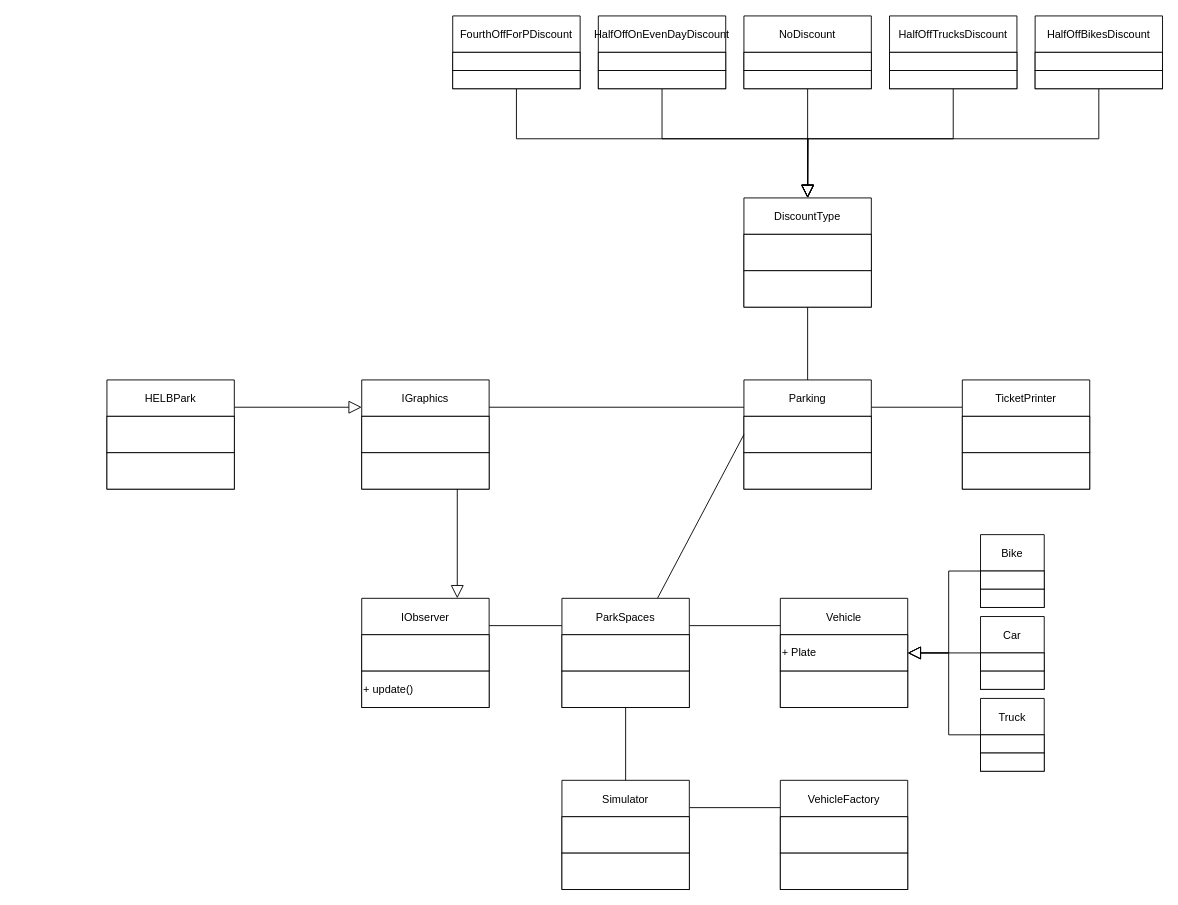
Above: Analyse II/DiagrammeDeClasses.drawio in JessyEstTropCool/HELBPark (draw.io), before the change. Source tidied: cells renumbered, new cells numbered last; positions are measured from the earlier drawing's top-left corner, leaving out a move shared by most shapes. Both pictures are drawn from the tidied source at 91%, with x=0, y=0 at pixel (106, 15).
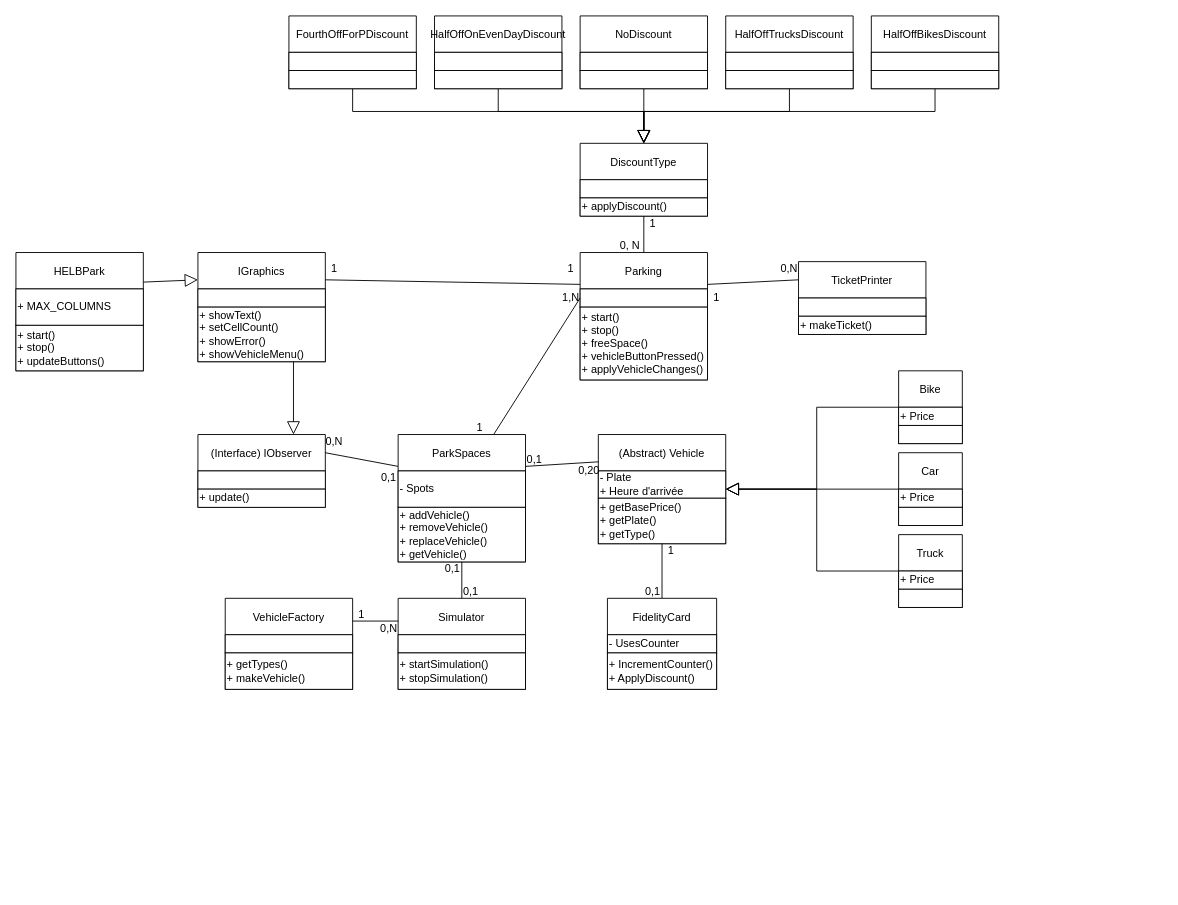
Above is the later version.

Change to the diagram source:
```diff
@@
     <mxCell id="2" value="DiscountType" style="swimlane;fontStyle=0;horizontal=1;startSize=40;" parent="1" vertex="1">
-      <mxGeometry x="700" y="200" width="140" height="120" as="geometry" />
+      <mxGeometry x="520" y="140" width="140" height="80" as="geometry" />
     </mxCell>
     <mxCell id="3" style="rounded=0;whiteSpace=wrap;html=1;align=left;" parent="2" vertex="1">
-      <mxGeometry y="40" width="140" height="40" as="geometry" />
+      <mxGeometry y="40" width="140" height="20" as="geometry" />
     </mxCell>
-    <mxCell id="4" style="rounded=0;whiteSpace=wrap;html=1;align=left;" parent="2" vertex="1">
-      <mxGeometry y="80" width="140" height="40" as="geometry" />
+    <mxCell id="4" value="+ applyDiscount()" style="rounded=0;whiteSpace=wrap;html=1;align=left;" parent="2" vertex="1">
+      <mxGeometry y="60" width="140" height="20" as="geometry" />
     </mxCell>
-    <mxCell id="5" value="Vehicle" style="swimlane;fontStyle=0;horizontal=1;startSize=40;" parent="1" vertex="1">
-      <mxGeometry x="740" y="640" width="140" height="120" as="geometry" />
+    <mxCell id="5" value="(Abstract) Vehicle" style="swimlane;fontStyle=0;horizontal=1;startSize=40;" parent="1" vertex="1">
+      <mxGeometry x="540" y="460" width="140" height="120" as="geometry" />
     </mxCell>
-    <mxCell id="6" value="+ Plate" style="rounded=0;whiteSpace=wrap;html=1;align=left;" parent="5" vertex="1">
-      <mxGeometry y="40" width="140" height="40" as="geometry" />
+    <mxCell id="6" value="- Plate&lt;br&gt;+ Heure d'arrivée" style="rounded=0;whiteSpace=wrap;html=1;align=left;" parent="5" vertex="1">
+      <mxGeometry y="40" width="140" height="30" as="geometry" />
     </mxCell>
-    <mxCell id="7" style="rounded=0;whiteSpace=wrap;html=1;align=left;" parent="5" vertex="1">
-      <mxGeometry y="80" width="140" height="40" as="geometry" />
+    <mxCell id="7" value="+ getBasePrice()&lt;br&gt;+ getPlate()&lt;br&gt;+ getType()" style="rounded=0;whiteSpace=wrap;html=1;align=left;" parent="5" vertex="1">
+      <mxGeometry y="70" width="140" height="50" as="geometry" />
     </mxCell>
@@
     <mxCell id="9" value="HELBPark" style="swimlane;fontStyle=0;horizontal=1;startSize=40;" parent="1" vertex="1">
-      <mxGeometry y="400" width="140" height="120" as="geometry" />
+      <mxGeometry x="-100" y="260" width="140" height="130" as="geometry" />
     </mxCell>
-    <mxCell id="10" style="rounded=0;whiteSpace=wrap;html=1;align=left;" parent="9" vertex="1">
+    <mxCell id="10" value="+ MAX_COLUMNS" style="rounded=0;whiteSpace=wrap;html=1;align=left;" parent="9" vertex="1">
       <mxGeometry y="40" width="140" height="40" as="geometry" />
     </mxCell>
-    <mxCell id="11" style="rounded=0;whiteSpace=wrap;html=1;align=left;" parent="9" vertex="1">
-      <mxGeometry y="80" width="140" height="40" as="geometry" />
+    <mxCell id="11" value="+ start()&lt;br&gt;+ stop()&lt;br&gt;+ updateButtons()" style="rounded=0;whiteSpace=wrap;html=1;align=left;" parent="9" vertex="1">
+      <mxGeometry y="80" width="140" height="50" as="geometry" />
     </mxCell>
     <mxCell id="12" value="IGraphics" style="swimlane;fontStyle=0;horizontal=1;startSize=40;" parent="1" vertex="1">
-      <mxGeometry x="280" y="400" width="140" height="120" as="geometry" />
+      <mxGeometry x="100" y="260" width="140" height="120" as="geometry" />
     </mxCell>
     <mxCell id="13" style="rounded=0;whiteSpace=wrap;html=1;align=left;" parent="12" vertex="1">
-      <mxGeometry y="40" width="140" height="40" as="geometry" />
+      <mxGeometry y="40" width="140" height="20" as="geometry" />
     </mxCell>
-    <mxCell id="14" style="rounded=0;whiteSpace=wrap;html=1;align=left;" parent="12" vertex="1">
-      <mxGeometry y="80" width="140" height="40" as="geometry" />
+    <mxCell id="14" value="+ showText()&lt;br&gt;+ setCellCount()&lt;br&gt;+ showError()&lt;br&gt;+ showVehicleMenu()" style="rounded=0;whiteSpace=wrap;html=1;align=left;" parent="12" vertex="1">
+      <mxGeometry y="60" width="140" height="60" as="geometry" />
     </mxCell>
-    <mxCell id="15" value="IObserver" style="swimlane;fontStyle=0;horizontal=1;startSize=40;" parent="1" vertex="1">
-      <mxGeometry x="280" y="640" width="140" height="120" as="geometry" />
+    <mxCell id="15" value="(Interface) IObserver" style="swimlane;fontStyle=0;horizontal=1;startSize=40;" parent="1" vertex="1">
+      <mxGeometry x="100" y="460" width="140" height="80" as="geometry" />
     </mxCell>
     <mxCell id="16" style="rounded=0;whiteSpace=wrap;html=1;align=left;" parent="15" vertex="1">
-      <mxGeometry y="40" width="140" height="40" as="geometry" />
+      <mxGeometry y="40" width="140" height="20" as="geometry" />
     </mxCell>
     <mxCell id="17" value="+ update()" style="rounded=0;whiteSpace=wrap;html=1;align=left;" parent="15" vertex="1">
-      <mxGeometry y="80" width="140" height="40" as="geometry" />
+      <mxGeometry y="60" width="140" height="20" as="geometry" />
     </mxCell>
@@
     <mxCell id="21" value="Parking" style="swimlane;fontStyle=0;horizontal=1;startSize=40;" parent="1" vertex="1">
-      <mxGeometry x="700" y="400" width="140" height="120" as="geometry" />
+      <mxGeometry x="520" y="260" width="140" height="140" as="geometry" />
     </mxCell>
     <mxCell id="22" style="rounded=0;whiteSpace=wrap;html=1;align=left;" parent="21" vertex="1">
-      <mxGeometry y="40" width="140" height="40" as="geometry" />
+      <mxGeometry y="40" width="140" height="20" as="geometry" />
     </mxCell>
-    <mxCell id="23" style="rounded=0;whiteSpace=wrap;html=1;align=left;" parent="21" vertex="1">
-      <mxGeometry y="80" width="140" height="40" as="geometry" />
+    <mxCell id="23" value="+ start()&lt;br&gt;+ stop()&lt;br&gt;+ freeSpace()&lt;br&gt;+ vehicleButtonPressed()&lt;br&gt;+ applyVehicleChanges()" style="rounded=0;whiteSpace=wrap;html=1;align=left;" parent="21" vertex="1">
+      <mxGeometry y="60" width="140" height="80" as="geometry" />
     </mxCell>
@@
     <mxCell id="27" value="ParkSpaces" style="swimlane;fontStyle=0;horizontal=1;startSize=40;" parent="1" vertex="1">
-      <mxGeometry x="500" y="640" width="140" height="120" as="geometry" />
+      <mxGeometry x="320" y="460" width="140" height="140" as="geometry" />
     </mxCell>
-    <mxCell id="28" style="rounded=0;whiteSpace=wrap;html=1;align=left;" parent="27" vertex="1">
+    <mxCell id="28" value="- Spots" style="rounded=0;whiteSpace=wrap;html=1;align=left;" parent="27" vertex="1">
       <mxGeometry y="40" width="140" height="40" as="geometry" />
     </mxCell>
-    <mxCell id="29" style="rounded=0;whiteSpace=wrap;html=1;align=left;" parent="27" vertex="1">
-      <mxGeometry y="80" width="140" height="40" as="geometry" />
+    <mxCell id="29" value="+ addVehicle()&lt;br&gt;+ removeVehicle()&lt;br&gt;+ replaceVehicle()&lt;br&gt;+ getVehicle()" style="rounded=0;whiteSpace=wrap;html=1;align=left;" parent="27" vertex="1">
+      <mxGeometry y="80" width="140" height="60" as="geometry" />
     </mxCell>
@@
     <mxCell id="31" value="Simulator" style="swimlane;fontStyle=0;horizontal=1;startSize=40;" parent="1" vertex="1">
-      <mxGeometry x="500" y="840" width="140" height="120" as="geometry" />
+      <mxGeometry x="320" y="640" width="140" height="100" as="geometry" />
     </mxCell>
     <mxCell id="32" style="rounded=0;whiteSpace=wrap;html=1;align=left;" parent="31" vertex="1">
-      <mxGeometry y="40" width="140" height="40" as="geometry" />
+      <mxGeometry y="40" width="140" height="20" as="geometry" />
     </mxCell>
-    <mxCell id="33" style="rounded=0;whiteSpace=wrap;html=1;align=left;" parent="31" vertex="1">
-      <mxGeometry y="80" width="140" height="40" as="geometry" />
+    <mxCell id="33" value="+ startSimulation()&lt;br&gt;+ stopSimulation()" style="rounded=0;whiteSpace=wrap;html=1;align=left;" parent="31" vertex="1">
+      <mxGeometry y="60" width="140" height="40" as="geometry" />
     </mxCell>
     <mxCell id="34" value="TicketPrinter" style="swimlane;fontStyle=0;horizontal=1;startSize=40;" parent="1" vertex="1">
-      <mxGeometry x="940" y="400" width="140" height="120" as="geometry" />
+      <mxGeometry x="760" y="270" width="140" height="80" as="geometry" />
     </mxCell>
     <mxCell id="35" style="rounded=0;whiteSpace=wrap;html=1;align=left;" parent="34" vertex="1">
-      <mxGeometry y="40" width="140" height="40" as="geometry" />
+      <mxGeometry y="40" width="140" height="20" as="geometry" />
     </mxCell>
-    <mxCell id="36" style="rounded=0;whiteSpace=wrap;html=1;align=left;" parent="34" vertex="1">
-      <mxGeometry y="80" width="140" height="40" as="geometry" />
+    <mxCell id="36" value="+ makeTicket()" style="rounded=0;whiteSpace=wrap;html=1;align=left;" parent="34" vertex="1">
+      <mxGeometry y="60" width="140" height="20" as="geometry" />
     </mxCell>
     <mxCell id="37" value="VehicleFactory" style="swimlane;fontStyle=0;horizontal=1;startSize=40;" parent="1" vertex="1">
-      <mxGeometry x="740" y="840" width="140" height="120" as="geometry" />
+      <mxGeometry x="130" y="640" width="140" height="100" as="geometry" />
     </mxCell>
     <mxCell id="38" style="rounded=0;whiteSpace=wrap;html=1;align=left;" parent="37" vertex="1">
-      <mxGeometry y="40" width="140" height="40" as="geometry" />
+      <mxGeometry y="40" width="140" height="20" as="geometry" />
     </mxCell>
-    <mxCell id="39" style="rounded=0;whiteSpace=wrap;html=1;align=left;" parent="37" vertex="1">
-      <mxGeometry y="80" width="140" height="40" as="geometry" />
+    <mxCell id="39" value="+ getTypes()&lt;br&gt;+ makeVehicle()" style="rounded=0;whiteSpace=wrap;html=1;align=left;" parent="37" vertex="1">
+      <mxGeometry y="60" width="140" height="40" as="geometry" />
     </mxCell>
@@
     <mxCell id="43" value="NoDiscount" style="swimlane;fontStyle=0;horizontal=1;startSize=40;" parent="1" vertex="1">
-      <mxGeometry x="700" width="140" height="80" as="geometry" />
+      <mxGeometry x="520" width="140" height="80" as="geometry" />
     </mxCell>
@@
     <mxCell id="47" value="HalfOffBikesDiscount" style="swimlane;fontStyle=0;horizontal=1;startSize=40;" parent="1" vertex="1">
-      <mxGeometry x="1020" width="140" height="80" as="geometry" />
+      <mxGeometry x="840" width="140" height="80" as="geometry" />
     </mxCell>
@@
     <mxCell id="51" value="HalfOffTrucksDiscount" style="swimlane;fontStyle=0;horizontal=1;startSize=40;" parent="1" vertex="1">
-      <mxGeometry x="860" width="140" height="80" as="geometry" />
+      <mxGeometry x="680" width="140" height="80" as="geometry" />
     </mxCell>
@@
-    <mxCell id="54" style="edgeStyle=orthogonalEdgeStyle;rounded=0;jettySize=auto;html=1;exitX=0.5;exitY=1;exitDx=0;exitDy=0;endArrow=block;endFill=0;endSize=12;" parent="1" edge="1" source="55">
-      <mxGeometry relative="1" as="geometry">
-        <mxPoint x="770" y="200" as="targetPoint" />
-      </mxGeometry>
+    <mxCell id="54" style="edgeStyle=orthogonalEdgeStyle;rounded=0;jettySize=auto;html=1;exitX=0.5;exitY=1;exitDx=0;exitDy=0;endArrow=block;endFill=0;endSize=12;entryX=0.5;entryY=0;entryDx=0;entryDy=0;" parent="1" edge="1" source="55" target="2">
+      <mxGeometry relative="1" as="geometry" />
     </mxCell>
     <mxCell id="55" value="HalfOffOnEvenDayDiscount" style="swimlane;fontStyle=0;horizontal=1;startSize=40;" parent="1" vertex="1">
-      <mxGeometry x="540" width="140" height="80" as="geometry" />
+      <mxGeometry x="360" width="140" height="80" as="geometry" />
     </mxCell>
@@
     <mxCell id="59" value="FourthOffForPDiscount" style="swimlane;fontStyle=0;horizontal=1;startSize=40;" parent="1" vertex="1">
-      <mxGeometry x="380" width="140" height="80" as="geometry" />
+      <mxGeometry x="200" width="140" height="80" as="geometry" />
     </mxCell>
@@
     <mxCell id="63" value="Car" style="swimlane;fontStyle=0;horizontal=1;startSize=40;" parent="1" vertex="1">
-      <mxGeometry x="960" y="660" width="70" height="80" as="geometry" />
+      <mxGeometry x="870" y="480" width="70" height="80" as="geometry" />
     </mxCell>
-    <mxCell id="64" style="rounded=0;whiteSpace=wrap;html=1;align=left;" parent="63" vertex="1">
+    <mxCell id="64" value="+ Price" style="rounded=0;whiteSpace=wrap;html=1;align=left;" parent="63" vertex="1">
       <mxGeometry y="40" width="70" height="20" as="geometry" />
     </mxCell>
@@
     <mxCell id="67" value="Bike" style="swimlane;fontStyle=0;horizontal=1;startSize=40;" parent="1" vertex="1">
-      <mxGeometry x="960" y="570" width="70" height="80" as="geometry" />
+      <mxGeometry x="870" y="390" width="70" height="80" as="geometry" />
     </mxCell>
-    <mxCell id="68" style="rounded=0;whiteSpace=wrap;html=1;align=left;" parent="67" vertex="1">
+    <mxCell id="68" value="+ Price" style="rounded=0;whiteSpace=wrap;html=1;align=left;" parent="67" vertex="1">
       <mxGeometry y="40" width="70" height="20" as="geometry" />
     </mxCell>
@@
-    <mxCell id="70" style="edgeStyle=orthogonalEdgeStyle;rounded=0;jettySize=auto;html=1;exitX=0;exitY=0.5;exitDx=0;exitDy=0;entryX=1;entryY=0.5;entryDx=0;entryDy=0;endArrow=block;endFill=0;endSize=12;" parent="1" edge="1" source="71" target="6">
+    <mxCell id="70" style="edgeStyle=orthogonalEdgeStyle;rounded=0;jettySize=auto;html=1;exitX=0;exitY=0.5;exitDx=0;exitDy=0;endArrow=block;endFill=0;endSize=12;entryX=1;entryY=0.5;entryDx=0;entryDy=0;" parent="1" edge="1" source="71" target="5">
       <mxGeometry relative="1" as="geometry" />
     </mxCell>
     <mxCell id="71" value="Truck" style="swimlane;fontStyle=0;horizontal=1;startSize=40;" parent="1" vertex="1">
-      <mxGeometry x="960" y="750" width="70" height="80" as="geometry" />
+      <mxGeometry x="870" y="570" width="70" height="80" as="geometry" />
     </mxCell>
-    <mxCell id="72" style="rounded=0;whiteSpace=wrap;html=1;align=left;" parent="71" vertex="1">
+    <mxCell id="72" value="+ Price" style="rounded=0;whiteSpace=wrap;html=1;align=left;" parent="71" vertex="1">
       <mxGeometry y="40" width="70" height="20" as="geometry" />
     </mxCell>
@@
+    <mxCell id="74" style="edgeStyle=orthogonalEdgeStyle;rounded=0;jettySize=auto;html=1;exitX=0.5;exitY=0;exitDx=0;exitDy=0;entryX=0.5;entryY=1;entryDx=0;entryDy=0;endArrow=none;endFill=0;" parent="1" edge="1" source="75" target="5">
+      <mxGeometry relative="1" as="geometry" />
+    </mxCell>
+    <mxCell id="75" value="FidelityCard" style="swimlane;fontStyle=0;horizontal=1;startSize=40;" parent="1" vertex="1">
+      <mxGeometry x="550" y="640" width="120" height="100" as="geometry" />
+    </mxCell>
+    <mxCell id="76" value="- UsesCounter" style="rounded=0;whiteSpace=wrap;html=1;align=left;" parent="75" vertex="1">
+      <mxGeometry y="40" width="120" height="20" as="geometry" />
+    </mxCell>
+    <mxCell id="77" value="+ IncrementCounter()&lt;br&gt;+ ApplyDiscount()" style="rounded=0;whiteSpace=wrap;html=1;align=left;" parent="75" vertex="1">
+      <mxGeometry y="60" width="120" height="40" as="geometry" />
+    </mxCell>
+    <mxCell id="78" value="1" style="text;html=1;strokeColor=none;fillColor=none;align=center;verticalAlign=middle;whiteSpace=wrap;rounded=0;" parent="1" vertex="1">
+      <mxGeometry x="240" y="270" width="20" height="15" as="geometry" />
+    </mxCell>
+    <mxCell id="79" value="1" style="text;html=1;strokeColor=none;fillColor=none;align=center;verticalAlign=middle;whiteSpace=wrap;rounded=0;" parent="1" vertex="1">
+      <mxGeometry x="500" y="270" width="20" height="15" as="geometry" />
+    </mxCell>
+    <mxCell id="80" value="1" style="text;html=1;strokeColor=none;fillColor=none;align=center;verticalAlign=middle;whiteSpace=wrap;rounded=0;" parent="1" vertex="1">
+      <mxGeometry x="590" y="220" width="20" height="15" as="geometry" />
+    </mxCell>
+    <mxCell id="81" value="0, N" style="text;html=1;strokeColor=none;fillColor=none;align=center;verticalAlign=middle;whiteSpace=wrap;rounded=0;" parent="1" vertex="1">
+      <mxGeometry x="560" y="245" width="30" height="15" as="geometry" />
+    </mxCell>
+    <mxCell id="82" value="1" style="text;html=1;strokeColor=none;fillColor=none;align=center;verticalAlign=middle;whiteSpace=wrap;rounded=0;" parent="1" vertex="1">
+      <mxGeometry x="660" y="302.5" width="20" height="15" as="geometry" />
+    </mxCell>
+    <mxCell id="83" value="0,N" style="text;html=1;strokeColor=none;fillColor=none;align=center;verticalAlign=middle;whiteSpace=wrap;rounded=0;" parent="1" vertex="1">
+      <mxGeometry x="740" y="270" width="20" height="15" as="geometry" />
+    </mxCell>
+    <mxCell id="84" value="0,N" style="text;html=1;strokeColor=none;fillColor=none;align=center;verticalAlign=middle;whiteSpace=wrap;rounded=0;" parent="1" vertex="1">
+      <mxGeometry x="240" y="460" width="20" height="15" as="geometry" />
+    </mxCell>
+    <mxCell id="85" value="0,1" style="text;html=1;strokeColor=none;fillColor=none;align=center;verticalAlign=middle;whiteSpace=wrap;rounded=0;" parent="1" vertex="1">
+      <mxGeometry x="300" y="500" width="20" height="15" as="geometry" />
+    </mxCell>
+    <mxCell id="86" value="0,1" style="text;html=1;strokeColor=none;fillColor=none;align=center;verticalAlign=middle;whiteSpace=wrap;rounded=0;" parent="1" vertex="1">
+      <mxGeometry x="460" y="480" width="20" height="15" as="geometry" />
+    </mxCell>
+    <mxCell id="87" value="0,20" style="text;html=1;strokeColor=none;fillColor=none;align=center;verticalAlign=middle;whiteSpace=wrap;rounded=0;" parent="1" vertex="1">
+      <mxGeometry x="520" y="492.5" width="20" height="15" as="geometry" />
+    </mxCell>
+    <mxCell id="88" value="1" style="text;html=1;strokeColor=none;fillColor=none;align=center;verticalAlign=middle;whiteSpace=wrap;rounded=0;" parent="1" vertex="1">
+      <mxGeometry x="610" y="580" width="20" height="15" as="geometry" />
+    </mxCell>
+    <mxCell id="89" value="0,1" style="text;html=1;strokeColor=none;fillColor=none;align=center;verticalAlign=middle;whiteSpace=wrap;rounded=0;" parent="1" vertex="1">
+      <mxGeometry x="590" y="625" width="20" height="15" as="geometry" />
+    </mxCell>
+    <mxCell id="90" value="0,1" style="text;html=1;strokeColor=none;fillColor=none;align=center;verticalAlign=middle;whiteSpace=wrap;rounded=0;" parent="1" vertex="1">
+      <mxGeometry x="390" y="625" width="20" height="15" as="geometry" />
+    </mxCell>
+    <mxCell id="91" value="0,1" style="text;html=1;strokeColor=none;fillColor=none;align=center;verticalAlign=middle;whiteSpace=wrap;rounded=0;" parent="1" vertex="1">
+      <mxGeometry x="370" y="600" width="20" height="15" as="geometry" />
+    </mxCell>
+    <mxCell id="92" value="1" style="text;html=1;strokeColor=none;fillColor=none;align=center;verticalAlign=middle;whiteSpace=wrap;rounded=0;" parent="1" vertex="1">
+      <mxGeometry x="270" y="650" width="20" height="15" as="geometry" />
+    </mxCell>
+    <mxCell id="93" value="0,N" style="text;html=1;strokeColor=none;fillColor=none;align=center;verticalAlign=middle;whiteSpace=wrap;rounded=0;" parent="1" vertex="1">
+      <mxGeometry x="300" y="665" width="20" height="15" as="geometry" />
+    </mxCell>
+    <mxCell id="94" value="1" style="text;html=1;strokeColor=none;fillColor=none;align=center;verticalAlign=middle;whiteSpace=wrap;rounded=0;" parent="1" vertex="1">
+      <mxGeometry x="400" y="445" width="20" height="15" as="geometry" />
+    </mxCell>
+    <mxCell id="95" value="1,N" style="text;html=1;strokeColor=none;fillColor=none;align=center;verticalAlign=middle;whiteSpace=wrap;rounded=0;" parent="1" vertex="1">
+      <mxGeometry x="500" y="302.5" width="20" height="15" as="geometry" />
+    </mxCell>
```
